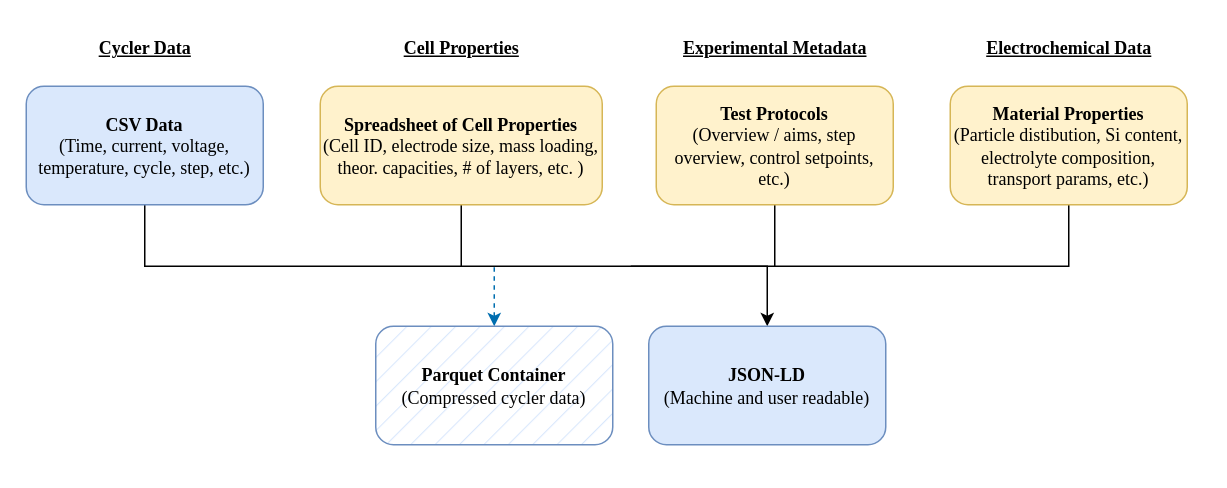
Earlier version of the draw.io diagram assets/Data_Structure.drawio (Battery-Intelligence-Lab/IntelLiGent-Data-Standard). Source tidied: cells renumbered, new cells numbered last; positions are measured from the earlier drawing's top-left corner, leaving out a move shared by most shapes. Both pictures are drawn from the tidied source at 150%, with x=0, y=0 at pixel (26, 26).
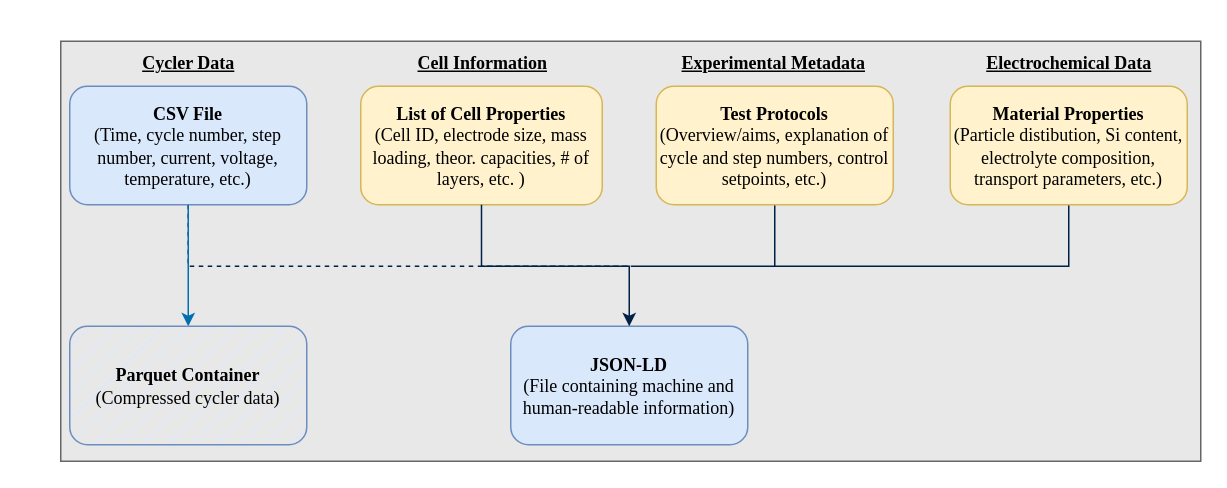
The same diagram, later.

The edit, as a diff of the source:
```diff
@@
+    <mxCell id="17" style="rounded=0;whiteSpace=wrap;html=1;fillColor=#E8E8E8;strokeColor=#666666;fontColor=#333333;" parent="1" vertex="1">
+      <mxGeometry x="23" y="10" width="760" height="280" as="geometry" />
+    </mxCell>
-    <mxCell id="2" style="edgeStyle=orthogonalEdgeStyle;rounded=0;jettySize=auto;html=1;entryX=0.5;entryY=0;entryDx=0;entryDy=0;" parent="1" edge="1" source="3" target="10">
+    <mxCell id="2" style="edgeStyle=orthogonalEdgeStyle;rounded=0;jettySize=auto;html=1;fontColor=#000000;exitX=0.5;exitY=1;exitDx=0;exitDy=0;strokeColor=#002147;dashed=1;endArrow=none;endFill=0;" parent="1" edge="1" source="3">
       <mxGeometry relative="1" as="geometry">
+        <mxPoint x="303" y="160" as="targetPoint" />
         <Array as="points">
-          <mxPoint x="79" y="160" />
-          <mxPoint x="494" y="160" />
+          <mxPoint x="108" y="160" />
+          <mxPoint x="402" y="160" />
         </Array>
       </mxGeometry>
     </mxCell>
-    <mxCell id="3" value="&lt;div&gt;&lt;font face=&quot;Garamond&quot;&gt;&lt;b&gt;CSV Data&lt;/b&gt;&lt;/font&gt;&lt;/div&gt;&lt;div&gt;&lt;font face=&quot;Garamond&quot;&gt;(Time, current, voltage, temperature, cycle, step, etc.)&lt;br&gt;&lt;/font&gt;&lt;/div&gt;" style="rounded=1;whiteSpace=wrap;html=1;fillColor=#dae8fc;strokeColor=#6c8ebf;" parent="1" vertex="1">
-      <mxGeometry y="40" width="158" height="79" as="geometry" />
+    <mxCell id="3" value="&lt;div&gt;&lt;font face=&quot;Garamond&quot;&gt;&lt;b&gt;CSV File&lt;/b&gt;&lt;/font&gt;&lt;/div&gt;&lt;div&gt;&lt;font face=&quot;Garamond&quot;&gt;(Time, cycle number, step number, current, voltage, temperature, etc.)&lt;br&gt;&lt;/font&gt;&lt;/div&gt;" style="rounded=1;whiteSpace=wrap;html=1;fillColor=#dae8fc;strokeColor=#6c8ebf;fontColor=#000000;" parent="1" vertex="1">
+      <mxGeometry x="29" y="40" width="158" height="79" as="geometry" />
     </mxCell>
-    <mxCell id="4" style="rounded=0;jettySize=auto;html=1;edgeStyle=orthogonalEdgeStyle;endArrow=none;endFill=0;" parent="1" edge="1" source="5">
-      <mxGeometry relative="1" as="geometry">
-        <mxPoint x="290" y="160" as="targetPoint" />
-      </mxGeometry>
-    </mxCell>
-    <mxCell id="5" value="&lt;div&gt;&lt;font face=&quot;Garamond&quot;&gt;&lt;b&gt;Spreadsheet of Cell Properties&lt;/b&gt;&lt;br&gt;&lt;/font&gt;&lt;/div&gt;&lt;div&gt;&lt;font face=&quot;Garamond&quot;&gt;(Cell ID, electrode size, mass loading, theor. capacities, # of layers, etc. )&lt;br&gt;&lt;/font&gt;&lt;/div&gt;" style="rounded=1;whiteSpace=wrap;html=1;fillColor=#fff2cc;strokeColor=#d6b656;" parent="1" vertex="1">
-      <mxGeometry x="196" y="40" width="188" height="79" as="geometry" />
+    <mxCell id="5" value="&lt;div&gt;&lt;font face=&quot;Garamond&quot;&gt;&lt;b&gt;List of Cell Properties&lt;/b&gt;&lt;br&gt;&lt;/font&gt;&lt;/div&gt;&lt;div&gt;&lt;font face=&quot;Garamond&quot;&gt;(Cell ID, electrode size, mass loading, theor. capacities, # of layers, etc. )&lt;br&gt;&lt;/font&gt;&lt;/div&gt;" style="rounded=1;whiteSpace=wrap;html=1;fillColor=#fff2cc;strokeColor=#d6b656;fontColor=#000000;" parent="1" vertex="1">
+      <mxGeometry x="223" y="40" width="161" height="79" as="geometry" />
     </mxCell>
-    <mxCell id="6" style="edgeStyle=orthogonalEdgeStyle;rounded=0;jettySize=auto;html=1;endArrow=none;endFill=0;" parent="1" edge="1" source="7">
+    <mxCell id="6" style="edgeStyle=orthogonalEdgeStyle;rounded=0;jettySize=auto;html=1;endArrow=none;endFill=0;fontColor=#000000;strokeColor=#002147;" parent="1" edge="1" source="7">
       <mxGeometry relative="1" as="geometry">
         <mxPoint x="499" y="160" as="targetPoint" />
       </mxGeometry>
     </mxCell>
-    <mxCell id="7" value="&lt;div&gt;&lt;font face=&quot;Garamond&quot;&gt;&lt;b&gt;Test Protocols&lt;/b&gt;&lt;/font&gt;&lt;/div&gt;&lt;div&gt;&lt;font face=&quot;Garamond&quot;&gt;(Overview / aims, step overview, control setpoints, etc.)&lt;b&gt;&lt;br&gt;&lt;/b&gt;&lt;/font&gt;&lt;/div&gt;" style="rounded=1;whiteSpace=wrap;html=1;fillColor=#fff2cc;strokeColor=#d6b656;" parent="1" vertex="1">
+    <mxCell id="7" value="&lt;div&gt;&lt;font face=&quot;Garamond&quot;&gt;&lt;b&gt;Test Protocols&lt;/b&gt;&lt;/font&gt;&lt;/div&gt;&lt;div&gt;&lt;font face=&quot;Garamond&quot;&gt;(Overview/aims, explanation of cycle and step numbers, control setpoints, etc.)&lt;b&gt;&lt;br&gt;&lt;/b&gt;&lt;/font&gt;&lt;/div&gt;" style="rounded=1;whiteSpace=wrap;html=1;fillColor=#fff2cc;strokeColor=#d6b656;fontColor=#000000;" parent="1" vertex="1">
       <mxGeometry x="420" y="40" width="158" height="79" as="geometry" />
     </mxCell>
-    <mxCell id="8" style="edgeStyle=orthogonalEdgeStyle;rounded=0;jettySize=auto;html=1;endArrow=none;endFill=0;" parent="1" edge="1" source="9">
+    <mxCell id="8" style="edgeStyle=orthogonalEdgeStyle;rounded=0;jettySize=auto;html=1;endArrow=none;endFill=0;fontColor=#000000;strokeColor=#002147;" parent="1" edge="1" source="9">
       <mxGeometry relative="1" as="geometry">
         <mxPoint x="403" y="160" as="targetPoint" />
         <Array as="points">
           <mxPoint x="695" y="160" />
         </Array>
       </mxGeometry>
     </mxCell>
-    <mxCell id="9" value="&lt;div&gt;&lt;font face=&quot;Garamond&quot;&gt;&lt;b&gt;Material Properties&lt;/b&gt;&lt;/font&gt;&lt;/div&gt;&lt;div&gt;&lt;font face=&quot;Garamond&quot;&gt;(Particle distibution, Si content, electrolyte composition, transport params, etc.)&lt;br&gt;&lt;/font&gt;&lt;/div&gt;" style="rounded=1;whiteSpace=wrap;html=1;fillColor=#fff2cc;strokeColor=#d6b656;" parent="1" vertex="1">
+    <mxCell id="9" value="&lt;div&gt;&lt;font face=&quot;Garamond&quot;&gt;&lt;b&gt;Material Properties&lt;/b&gt;&lt;/font&gt;&lt;/div&gt;&lt;div&gt;&lt;font face=&quot;Garamond&quot;&gt;(Particle distibution, Si content, electrolyte composition, transport parameters, etc.)&lt;br&gt;&lt;/font&gt;&lt;/div&gt;" style="rounded=1;whiteSpace=wrap;html=1;fillColor=#fff2cc;strokeColor=#d6b656;fontColor=#000000;" parent="1" vertex="1">
       <mxGeometry x="616" y="40" width="158" height="79" as="geometry" />
     </mxCell>
-    <mxCell id="10" value="&lt;div&gt;&lt;font face=&quot;Garamond&quot;&gt;&lt;b&gt;JSON-LD&lt;/b&gt;&lt;/font&gt;&lt;/div&gt;&lt;div&gt;&lt;font face=&quot;Garamond&quot;&gt;(Machine and user readable)&lt;br&gt;&lt;/font&gt;&lt;/div&gt;" style="rounded=1;whiteSpace=wrap;html=1;fillColor=#dae8fc;strokeColor=#6c8ebf;" parent="1" vertex="1">
-      <mxGeometry x="415" y="200" width="158" height="79" as="geometry" />
+    <mxCell id="10" value="&lt;div&gt;&lt;font face=&quot;Garamond&quot;&gt;&lt;b&gt;JSON-LD&lt;/b&gt;&lt;/font&gt;&lt;/div&gt;&lt;div&gt;&lt;font face=&quot;Garamond&quot;&gt;(File containing machine and human-readable information)&lt;br&gt;&lt;/font&gt;&lt;/div&gt;" style="rounded=1;whiteSpace=wrap;html=1;fillColor=#dae8fc;strokeColor=#6c8ebf;fontColor=#000000;" parent="1" vertex="1">
+      <mxGeometry x="323" y="200" width="158" height="79" as="geometry" />
     </mxCell>
-    <mxCell id="11" value="&lt;u&gt;&lt;font face=&quot;Garamond&quot;&gt;&lt;b&gt;Cycler Data&lt;/b&gt;&lt;br&gt;&lt;/font&gt;&lt;/u&gt;" style="text;html=1;align=center;verticalAlign=middle;strokeColor=none;fillColor=none;" parent="1" vertex="1">
-      <mxGeometry x="34" width="90" height="30" as="geometry" />
+    <mxCell id="11" value="&lt;u&gt;&lt;font face=&quot;Garamond&quot;&gt;&lt;b&gt;Cycler Data&lt;/b&gt;&lt;br&gt;&lt;/font&gt;&lt;/u&gt;" style="text;html=1;align=center;verticalAlign=middle;strokeColor=none;fillColor=none;fontColor=#000000;" parent="1" vertex="1">
+      <mxGeometry x="63" y="10" width="90" height="30" as="geometry" />
     </mxCell>
-    <mxCell id="12" value="&lt;font face=&quot;Garamond&quot;&gt;&lt;u&gt;&lt;b&gt;Cell Properties&lt;br&gt;&lt;/b&gt;&lt;/u&gt;&lt;/font&gt;" style="text;html=1;align=center;verticalAlign=middle;strokeColor=none;fillColor=none;" parent="1" vertex="1">
-      <mxGeometry x="240" width="100" height="30" as="geometry" />
+    <mxCell id="12" value="&lt;font face=&quot;Garamond&quot;&gt;&lt;u&gt;&lt;b&gt;Cell Information&lt;br&gt;&lt;/b&gt;&lt;/u&gt;&lt;/font&gt;" style="text;html=1;align=center;verticalAlign=middle;strokeColor=none;fillColor=none;fontColor=#000000;" parent="1" vertex="1">
+      <mxGeometry x="248.5" y="10" width="110" height="30" as="geometry" />
     </mxCell>
-    <mxCell id="13" value="&lt;font face=&quot;Garamond&quot;&gt;&lt;u&gt;&lt;b&gt;Experimental Metadata&lt;br&gt;&lt;/b&gt;&lt;/u&gt;&lt;/font&gt;" style="text;html=1;align=center;verticalAlign=middle;strokeColor=none;fillColor=none;" parent="1" vertex="1">
-      <mxGeometry x="424" width="150" height="30" as="geometry" />
+    <mxCell id="13" value="&lt;font face=&quot;Garamond&quot;&gt;&lt;u&gt;&lt;b&gt;Experimental Metadata&lt;br&gt;&lt;/b&gt;&lt;/u&gt;&lt;/font&gt;" style="text;html=1;align=center;verticalAlign=middle;strokeColor=none;fillColor=none;fontColor=#000000;" parent="1" vertex="1">
+      <mxGeometry x="423" y="10" width="150" height="30" as="geometry" />
     </mxCell>
-    <mxCell id="14" value="&lt;font face=&quot;Garamond&quot;&gt;&lt;u&gt;&lt;b&gt;Electrochemical Data&lt;br&gt;&lt;/b&gt;&lt;/u&gt;&lt;/font&gt;" style="text;html=1;align=center;verticalAlign=middle;strokeColor=none;fillColor=none;" parent="1" vertex="1">
-      <mxGeometry x="630" width="130" height="30" as="geometry" />
+    <mxCell id="14" value="&lt;font face=&quot;Garamond&quot;&gt;&lt;u&gt;&lt;b&gt;Electrochemical Data&lt;br&gt;&lt;/b&gt;&lt;/u&gt;&lt;/font&gt;" style="text;html=1;align=center;verticalAlign=middle;strokeColor=none;fillColor=none;fontColor=#000000;" parent="1" vertex="1">
+      <mxGeometry x="630" y="10" width="130" height="30" as="geometry" />
     </mxCell>
-    <mxCell id="15" style="edgeStyle=orthogonalEdgeStyle;rounded=0;jettySize=auto;html=1;startArrow=classic;startFill=1;endArrow=none;endFill=0;dashed=1;fillColor=#1ba1e2;strokeColor=#006EAF;" parent="1" edge="1" source="16">
-      <mxGeometry relative="1" as="geometry">
-        <mxPoint x="312" y="160" as="targetPoint" />
-      </mxGeometry>
+    <mxCell id="15" style="edgeStyle=orthogonalEdgeStyle;rounded=0;jettySize=auto;html=1;startArrow=classic;startFill=1;endArrow=none;endFill=0;fillColor=#1ba1e2;strokeColor=#006EAF;fontColor=#000000;entryX=0.5;entryY=1;entryDx=0;entryDy=0;" parent="1" edge="1" source="16" target="3">
+      <mxGeometry relative="1" as="geometry" />
     </mxCell>
-    <mxCell id="16" value="&lt;font face=&quot;Garamond&quot;&gt;&lt;b&gt;Parquet Container&lt;br&gt;&lt;/b&gt;&lt;/font&gt;&lt;div&gt;&lt;font face=&quot;Garamond&quot;&gt;(Compressed cycler data)&lt;br&gt;&lt;/font&gt;&lt;/div&gt;" style="rounded=1;whiteSpace=wrap;html=1;fillColor=#dae8fc;strokeColor=#6c8ebf;fillStyle=hatch;" parent="1" vertex="1">
-      <mxGeometry x="233" y="200" width="158" height="79" as="geometry" />
+    <mxCell id="16" value="&lt;font face=&quot;Garamond&quot;&gt;&lt;b&gt;Parquet Container&lt;br&gt;&lt;/b&gt;&lt;/font&gt;&lt;div&gt;&lt;font face=&quot;Garamond&quot;&gt;(Compressed cycler data)&lt;br&gt;&lt;/font&gt;&lt;/div&gt;" style="rounded=1;whiteSpace=wrap;html=1;fillColor=#dae8fc;strokeColor=#6c8ebf;fillStyle=hatch;fontColor=#000000;" parent="1" vertex="1">
+      <mxGeometry x="29" y="200" width="158" height="79" as="geometry" />
     </mxCell>
+    <mxCell id="18" style="edgeStyle=orthogonalEdgeStyle;rounded=0;jettySize=auto;html=1;endArrow=classic;endFill=1;fontColor=#000000;exitX=0.5;exitY=1;exitDx=0;exitDy=0;strokeColor=#002147;entryX=0.5;entryY=0;entryDx=0;entryDy=0;" parent="1" edge="1" source="5" target="10">
+      <mxGeometry relative="1" as="geometry">
+        <Array as="points">
+          <mxPoint x="303" y="160" />
+          <mxPoint x="402" y="160" />
+        </Array>
+      </mxGeometry>
+    </mxCell>
```
